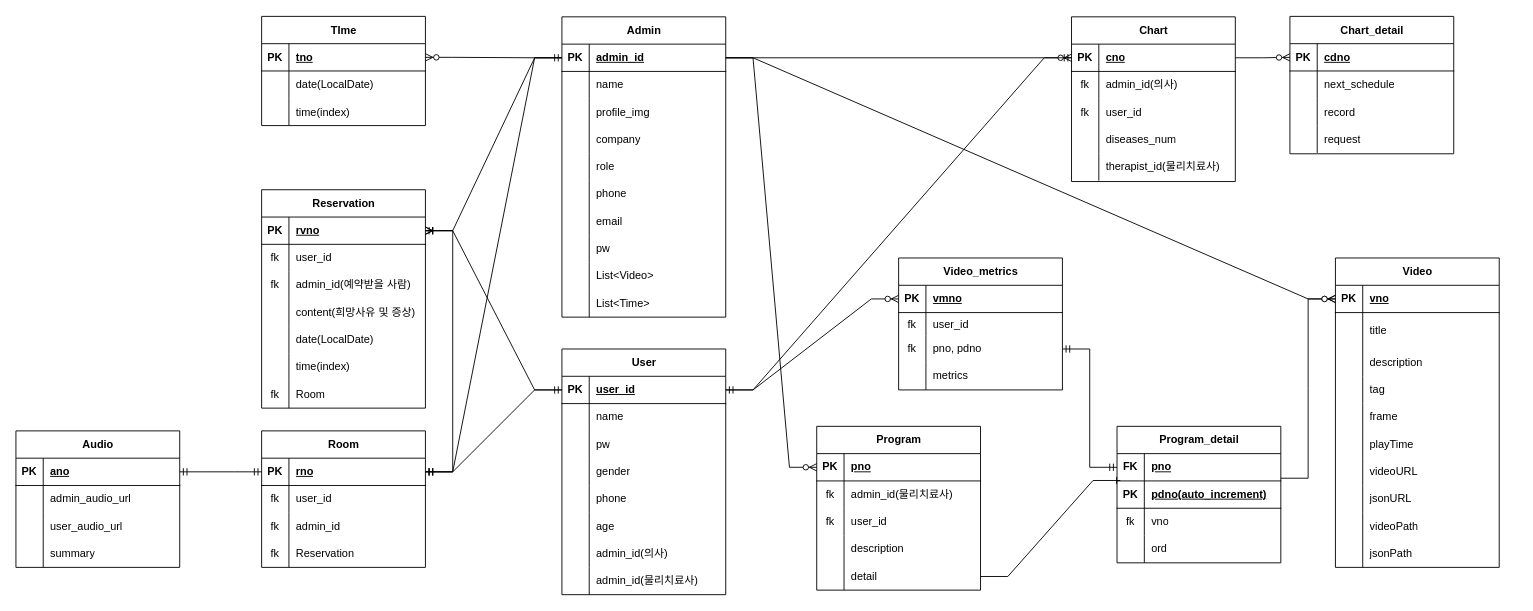
Before: dbModeling.drawio in sync-without-async/Rehab-BackEnd, a draw.io diagram. Source tidied: cells renumbered, new cells numbered last; positions are measured from the earlier drawing's top-left corner, leaving out a move shared by most shapes. Both pictures are drawn from the tidied source at 91%, with x=0, y=0 at pixel (15, 16).
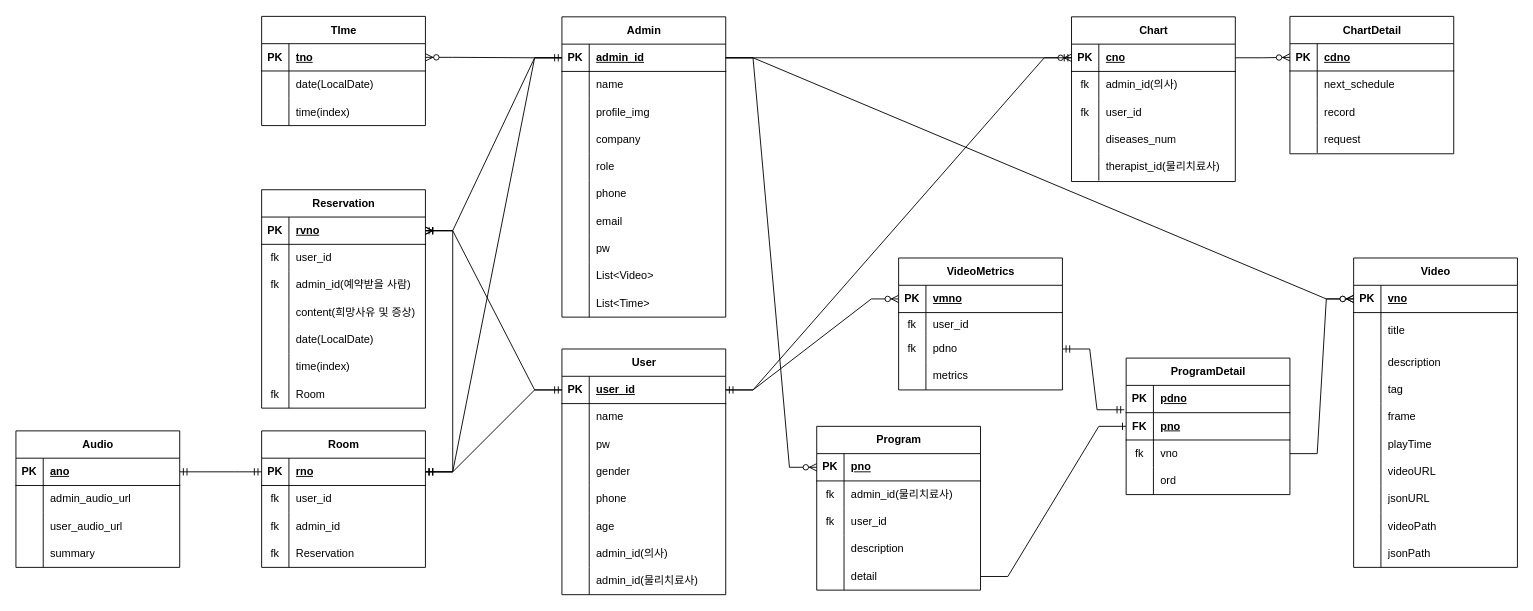
The same diagram, later.

Unchanged cells that the change refers to:
```xml
<mxCell id="103" style="shape=tableRow;horizontal=0;startSize=0;swimlaneHead=0;swimlaneBody=0;fillColor=none;points=[[0,0.5],[1,0.5]];portConstraint=eastwest;top=0;left=0;right=0;bottom=0;" parent="90" vertex="1">
  <mxGeometry y="150" width="180" height="30" as="geometry" />
</mxCell>
<mxCell id="114" style="shape=tableRow;horizontal=0;startSize=0;swimlaneHead=0;swimlaneBody=0;fillColor=none;points=[[0,0.5],[1,0.5]];portConstraint=eastwest;top=0;left=0;right=0;bottom=0;" parent="107" vertex="1">
  <mxGeometry y="90" width="180" height="30" as="geometry" />
</mxCell>
<mxCell id="122" style="shape=tableRow;horizontal=0;startSize=0;swimlaneHead=0;swimlaneBody=0;fillColor=none;points=[[0,0.5],[1,0.5]];portConstraint=eastwest;top=0;left=0;right=0;bottom=1;" parent="121" vertex="1">
  <mxGeometry y="30" width="180" height="30" as="geometry" />
</mxCell>
<mxCell id="161" style="shape=tableRow;horizontal=0;startSize=0;swimlaneHead=0;swimlaneBody=0;fillColor=none;points=[[0,0.5],[1,0.5]];portConstraint=eastwest;top=0;left=0;right=0;bottom=0;" parent="154" vertex="1">
  <mxGeometry y="85" width="180" height="30" as="geometry" />
</mxCell>
```

Diff of the diagram source:
```diff
@@
-    <mxCell id="76" value="Chart_detail" style="shape=table;startSize=30;childLayout=tableLayout;rowLines=0;fontStyle=1;align=center;html=1;" parent="1" vertex="1">
+    <mxCell id="76" value="ChartDetail" style="shape=table;startSize=30;childLayout=tableLayout;rowLines=0;fontStyle=1;align=center;html=1;" parent="1" vertex="1">
       <mxGeometry x="1400" y="-0.5" width="180" height="151" as="geometry" />
     </mxCell>
@@
-    <mxCell id="107" value="Program_detail" style="shape=table;startSize=30;childLayout=tableLayout;rowLines=0;fontStyle=1;align=center;html=1;" parent="1" vertex="1">
-      <mxGeometry x="1210" y="450" width="180" height="150" as="geometry" />
+    <mxCell id="107" value="ProgramDetail" style="shape=table;startSize=30;childLayout=tableLayout;rowLines=0;fontStyle=1;align=center;html=1;" parent="1" vertex="1">
+      <mxGeometry x="1220" y="375" width="180" height="150" as="geometry" />
     </mxCell>
+    <mxCell id="111" style="shape=tableRow;horizontal=0;startSize=0;swimlaneHead=0;swimlaneBody=0;fillColor=none;points=[[0,0.5],[1,0.5]];portConstraint=eastwest;top=0;left=0;right=0;bottom=1;" parent="107" vertex="1">
+      <mxGeometry y="30" width="180" height="30" as="geometry" />
+    </mxCell>
+    <mxCell id="112" value="PK" style="shape=partialRectangle;fillColor=none;top=0;left=0;bottom=0;right=0;fontStyle=1;overflow=hidden;whiteSpace=wrap;html=1;" parent="111" vertex="1">
+      <mxGeometry width="30" height="30" as="geometry" />
+    </mxCell>
+    <mxCell id="113" value="pdno" style="shape=partialRectangle;fillColor=none;top=0;left=0;bottom=0;right=0;align=left;spacingLeft=6;fontStyle=5;overflow=hidden;whiteSpace=wrap;html=1;" parent="111" vertex="1">
+      <mxGeometry x="30" width="150" height="30" as="geometry" />
+    </mxCell>
     <mxCell id="108" style="shape=tableRow;horizontal=0;startSize=0;swimlaneHead=0;swimlaneBody=0;fillColor=none;points=[[0,0.5],[1,0.5]];portConstraint=eastwest;top=0;left=0;right=0;bottom=1;" parent="107" vertex="1">
-      <mxGeometry y="30" width="180" height="30" as="geometry" />
+      <mxGeometry y="60" width="180" height="30" as="geometry" />
     </mxCell>
@@
-    <mxCell id="111" style="shape=tableRow;horizontal=0;startSize=0;swimlaneHead=0;swimlaneBody=0;fillColor=none;points=[[0,0.5],[1,0.5]];portConstraint=eastwest;top=0;left=0;right=0;bottom=1;" parent="107" vertex="1">
-      <mxGeometry y="60" width="180" height="30" as="geometry" />
-    </mxCell>
-    <mxCell id="112" value="PK" style="shape=partialRectangle;fillColor=none;top=0;left=0;bottom=0;right=0;fontStyle=1;overflow=hidden;whiteSpace=wrap;html=1;" parent="111" vertex="1">
-      <mxGeometry width="30" height="30" as="geometry" />
-    </mxCell>
-    <mxCell id="113" value="pdno(auto_increment)" style="shape=partialRectangle;fillColor=none;top=0;left=0;bottom=0;right=0;align=left;spacingLeft=6;fontStyle=5;overflow=hidden;whiteSpace=wrap;html=1;" parent="111" vertex="1">
-      <mxGeometry x="30" width="150" height="30" as="geometry" />
-    </mxCell>
@@
-    <mxCell id="120" style="edgeStyle=entityRelationEdgeStyle;fontSize=12;html=1;endArrow=ERone;endFill=1;rounded=0;exitX=1;exitY=0.5;exitDx=0;exitDy=0;entryX=0.02;entryY=-0.016;entryDx=0;entryDy=0;entryPerimeter=0;" parent="1" edge="1" source="103" target="111">
+    <mxCell id="120" style="edgeStyle=entityRelationEdgeStyle;fontSize=12;html=1;endArrow=ERone;endFill=1;rounded=0;exitX=1;exitY=0.5;exitDx=0;exitDy=0;entryX=0;entryY=0.5;entryDx=0;entryDy=0;" parent="1" edge="1" source="103" target="108">
       <mxGeometry relative="1" as="geometry" />
     </mxCell>
     <mxCell id="121" value="Video" style="shape=table;startSize=30;childLayout=tableLayout;rowLines=0;fontStyle=1;align=center;html=1;" parent="1" vertex="1">
-      <mxGeometry x="1450" y="265" width="180" height="340" as="geometry" />
+      <mxGeometry x="1470" y="265" width="180" height="340" as="geometry" />
     </mxCell>
@@
-    <mxCell id="152" style="edgeStyle=entityRelationEdgeStyle;fontSize=12;html=1;endArrow=ERzeroToMany;endFill=1;rounded=0;entryX=0;entryY=0.5;entryDx=0;entryDy=0;" parent="1" edge="1" target="122">
-      <mxGeometry relative="1" as="geometry">
-        <mxPoint x="1390" y="507" as="sourcePoint" />
-      </mxGeometry>
+    <mxCell id="152" style="edgeStyle=entityRelationEdgeStyle;fontSize=12;html=1;endArrow=ERzeroToMany;endFill=1;rounded=0;entryX=0;entryY=0.5;entryDx=0;entryDy=0;" parent="1" edge="1" source="114" target="122">
+      <mxGeometry relative="1" as="geometry" />
     </mxCell>
@@
-    <mxCell id="154" value="Video_metrics" style="shape=table;startSize=30;childLayout=tableLayout;rowLines=0;fontStyle=1;align=center;html=1;" parent="1" vertex="1">
+    <mxCell id="154" value="VideoMetrics" style="shape=table;startSize=30;childLayout=tableLayout;rowLines=0;fontStyle=1;align=center;html=1;" parent="1" vertex="1">
       <mxGeometry x="970" y="265" width="180" height="145" as="geometry" />
     </mxCell>
@@
-    <mxCell id="163" value="pno, pdno" style="shape=partialRectangle;fillColor=none;top=0;left=0;bottom=0;right=0;align=left;spacingLeft=6;overflow=hidden;whiteSpace=wrap;html=1;" parent="161" vertex="1">
+    <mxCell id="163" value="pdno" style="shape=partialRectangle;fillColor=none;top=0;left=0;bottom=0;right=0;align=left;spacingLeft=6;overflow=hidden;whiteSpace=wrap;html=1;" parent="161" vertex="1">
       <mxGeometry x="30" width="150" height="30" as="geometry" />
     </mxCell>
@@
-    <mxCell id="232" style="edgeStyle=entityRelationEdgeStyle;fontSize=12;html=1;endArrow=ERmandOne;startArrow=ERmandOne;rounded=0;exitX=0;exitY=0.5;exitDx=0;exitDy=0;" parent="1" edge="1" source="108" target="161">
+    <mxCell id="232" style="edgeStyle=entityRelationEdgeStyle;fontSize=12;html=1;endArrow=ERmandOne;startArrow=ERmandOne;rounded=0;exitX=-0.011;exitY=-0.107;exitDx=0;exitDy=0;exitPerimeter=0;" parent="1" edge="1" source="108" target="161">
       <mxGeometry relative="1" as="geometry" />
     </mxCell>
```
